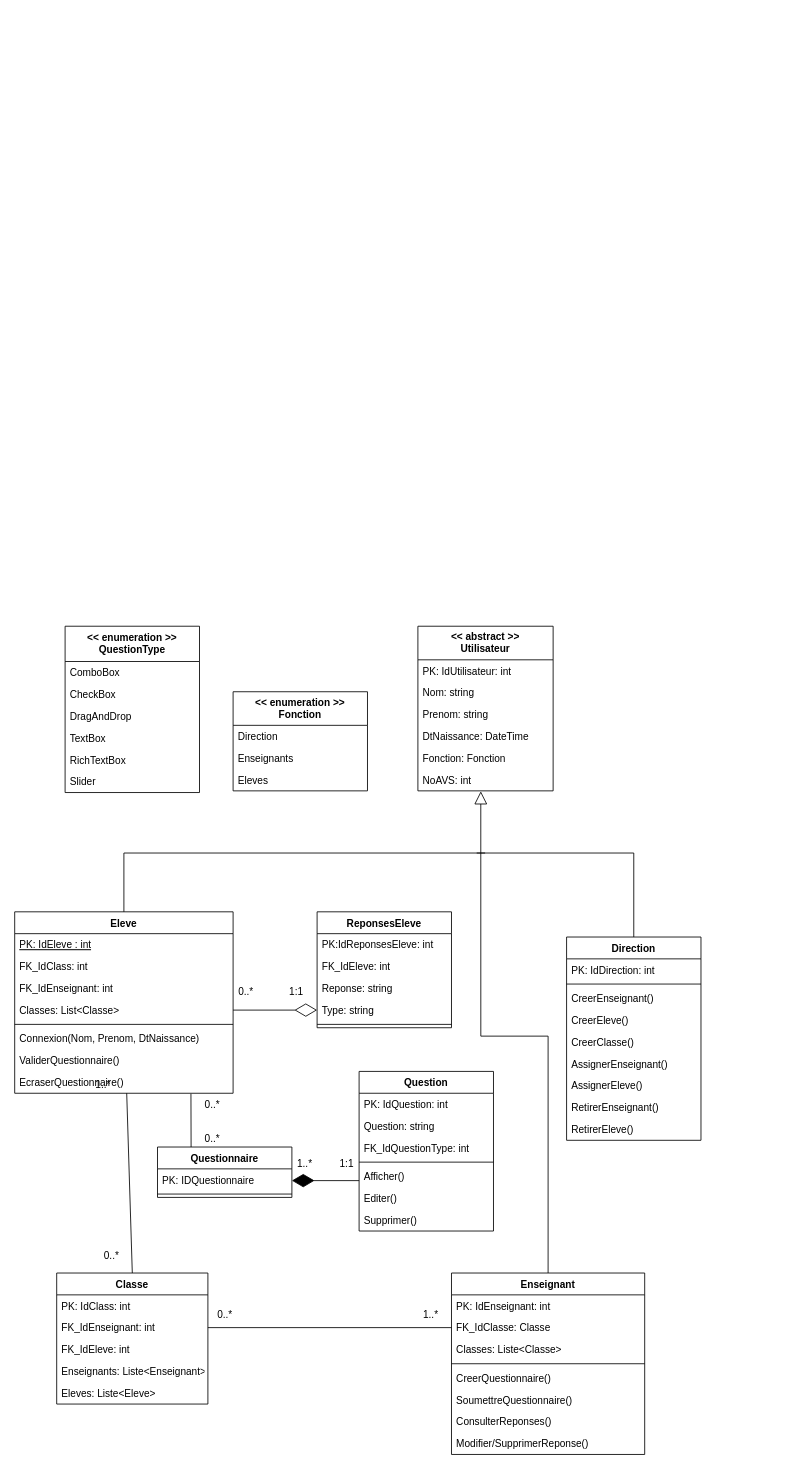
Earlier version of the draw.io diagram Diagram Objet.drawio (Devetik/Diagrammes). Source tidied: cells renumbered, new cells numbered last; positions are measured from the earlier drawing's top-left corner, leaving out a move shared by most shapes. Both pictures are drawn from the tidied source at 84%, with x=0, y=0 at pixel (14, 626).
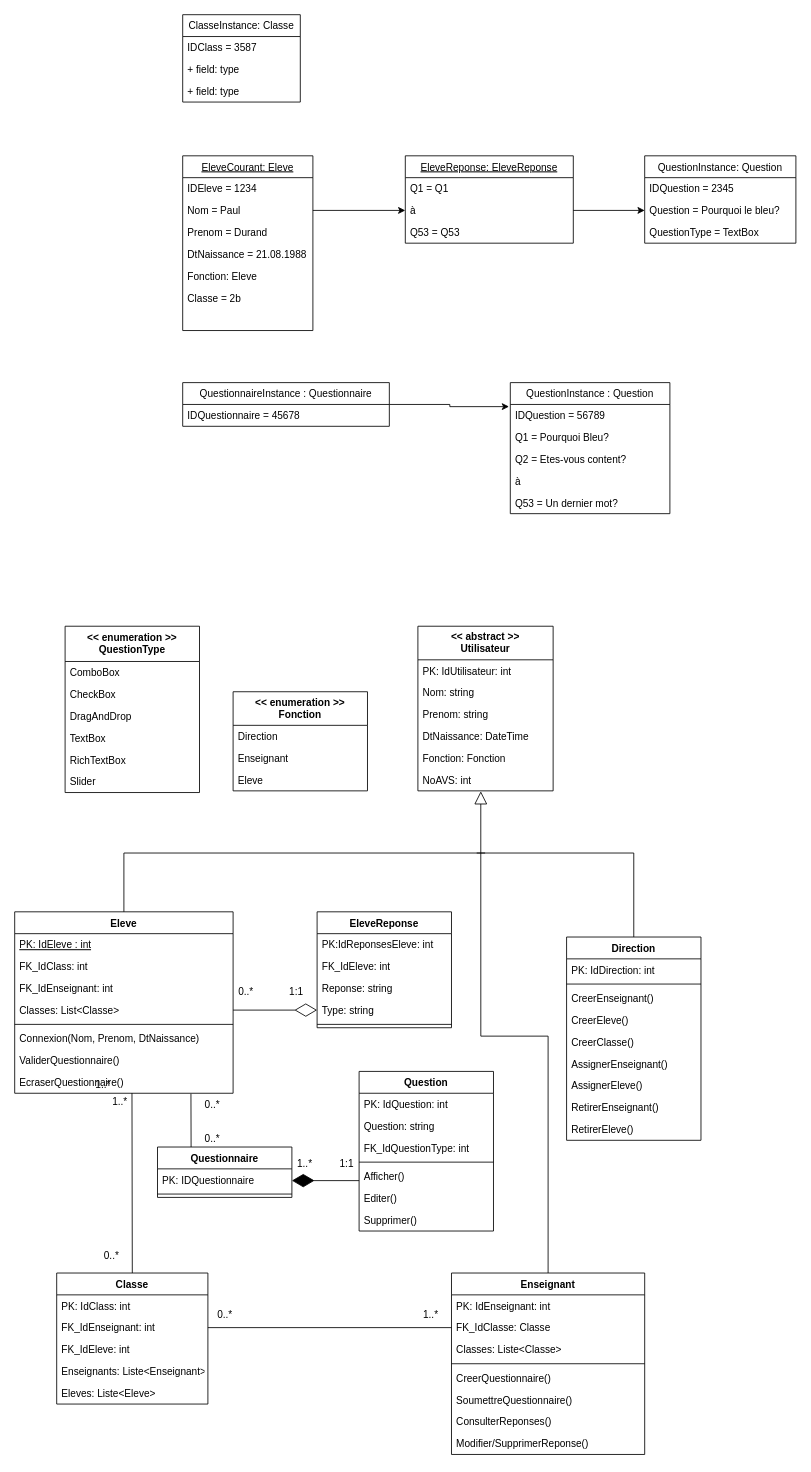
After the change.

Unchanged cells that the change refers to:
```xml
<mxCell id="3" value="Eleve" style="swimlane;fontStyle=1;align=center;verticalAlign=top;horizontal=1;startSize=26;" parent="1" vertex="1">
  <mxGeometry y="340" width="260" height="216" as="geometry" />
</mxCell>
<mxCell id="11" value="EcraserQuestionnaire()" style="text;strokeColor=none;fillColor=none;align=left;verticalAlign=top;spacingLeft=4;spacingRight=4;overflow=hidden;points=[[0,0.5],[1,0.5]];portConstraint=eastwest;" parent="3" vertex="1">
  <mxGeometry y="190" width="260" height="26" as="geometry" />
</mxCell>
<mxCell id="22" value="Classe" style="swimlane;fontStyle=1;align=center;verticalAlign=top;horizontal=1;startSize=26;" parent="1" vertex="1">
  <mxGeometry x="50" y="770" width="180" height="156" as="geometry" />
</mxCell>
<mxCell id="53" value="&lt;&lt; enumeration &gt;&gt;&#10;Fonction" style="swimlane;fontStyle=1;align=center;verticalAlign=top;horizontal=1;startSize=40;" parent="1" vertex="1">
  <mxGeometry x="260" y="78" width="160" height="118" as="geometry" />
</mxCell>
```

Change to the diagram source:
```diff
@@
-    <mxCell id="2" style="rounded=0;jettySize=auto;html=1;entryX=0.5;entryY=0;entryDx=0;entryDy=0;endArrow=none;endFill=0;" parent="1" edge="1" source="3" target="22">
+    <mxCell id="2" style="rounded=0;jettySize=auto;html=1;entryX=0.5;entryY=0;entryDx=0;entryDy=0;endArrow=none;endFill=0;exitX=0.537;exitY=0.993;exitDx=0;exitDy=0;exitPerimeter=0;" parent="1" edge="1" source="11" target="22">
       <mxGeometry relative="1" as="geometry" />
     </mxCell>
@@
-    <mxCell id="46" value="ReponsesEleve" style="swimlane;fontStyle=1;align=center;verticalAlign=top;horizontal=1;startSize=26;" parent="1" vertex="1">
+    <mxCell id="46" value="EleveReponse" style="swimlane;fontStyle=1;align=center;verticalAlign=top;horizontal=1;startSize=26;" parent="1" vertex="1">
       <mxGeometry x="360" y="340" width="160" height="138" as="geometry" />
     </mxCell>
@@
-    <mxCell id="55" value="Enseignants" style="text;strokeColor=none;fillColor=none;align=left;verticalAlign=top;spacingLeft=4;spacingRight=4;overflow=hidden;" parent="53" vertex="1">
+    <mxCell id="55" value="Enseignant" style="text;strokeColor=none;fillColor=none;align=left;verticalAlign=top;spacingLeft=4;spacingRight=4;overflow=hidden;" parent="53" vertex="1">
       <mxGeometry y="66" width="160" height="26" as="geometry" />
     </mxCell>
-    <mxCell id="56" value="Eleves" style="text;strokeColor=none;fillColor=none;align=left;verticalAlign=top;spacingLeft=4;spacingRight=4;overflow=hidden;" parent="53" vertex="1">
+    <mxCell id="56" value="Eleve" style="text;strokeColor=none;fillColor=none;align=left;verticalAlign=top;spacingLeft=4;spacingRight=4;overflow=hidden;" parent="53" vertex="1">
       <mxGeometry y="92" width="160" height="26" as="geometry" />
     </mxCell>
@@
+    <mxCell id="89" value="EleveCourant: Eleve" style="swimlane;fontStyle=4;horizontal=1;startSize=26;fillColor=none;" parent="1" vertex="1">
+      <mxGeometry x="200" y="-560" width="155" height="208" as="geometry" />
+    </mxCell>
+    <mxCell id="90" value="IDEleve = 1234" style="text;strokeColor=none;fillColor=none;align=left;verticalAlign=top;spacingLeft=4;spacingRight=4;overflow=hidden;" parent="89" vertex="1">
+      <mxGeometry y="26" width="155" height="26" as="geometry" />
+    </mxCell>
+    <mxCell id="91" value="Nom = Paul" style="text;strokeColor=none;fillColor=none;align=left;verticalAlign=top;spacingLeft=4;spacingRight=4;overflow=hidden;points=[[0,0.5],[1,0.5]];portConstraint=eastwest;" parent="89" vertex="1">
+      <mxGeometry y="52" width="155" height="26" as="geometry" />
+    </mxCell>
+    <mxCell id="92" value="Prenom = Durand" style="text;strokeColor=none;fillColor=none;align=left;verticalAlign=top;spacingLeft=4;spacingRight=4;overflow=hidden;" parent="89" vertex="1">
+      <mxGeometry y="78" width="155" height="26" as="geometry" />
+    </mxCell>
+    <mxCell id="93" value="DtNaissance = 21.08.1988" style="text;strokeColor=none;fillColor=none;align=left;verticalAlign=top;spacingLeft=4;spacingRight=4;overflow=hidden;" parent="89" vertex="1">
+      <mxGeometry y="104" width="155" height="26" as="geometry" />
+    </mxCell>
+    <mxCell id="94" value="Fonction: Eleve" style="text;strokeColor=none;fillColor=none;align=left;verticalAlign=top;spacingLeft=4;spacingRight=4;overflow=hidden;" parent="89" vertex="1">
+      <mxGeometry y="130" width="155" height="26" as="geometry" />
+    </mxCell>
+    <mxCell id="95" value="Classe = 2b" style="text;strokeColor=none;fillColor=none;align=left;verticalAlign=top;spacingLeft=4;spacingRight=4;overflow=hidden;" parent="89" vertex="1">
+      <mxGeometry y="156" width="155" height="26" as="geometry" />
+    </mxCell>
+    <mxCell id="96" style="text;strokeColor=none;fillColor=none;align=left;verticalAlign=top;spacingLeft=4;spacingRight=4;overflow=hidden;" parent="89" vertex="1">
+      <mxGeometry y="182" width="155" height="26" as="geometry" />
+    </mxCell>
+    <mxCell id="97" value="EleveReponse: EleveReponse" style="swimlane;fontStyle=4;horizontal=1;startSize=26;fillColor=none;" parent="1" vertex="1">
+      <mxGeometry x="465" y="-560" width="200" height="104" as="geometry" />
+    </mxCell>
+    <mxCell id="98" value="Q1 = Q1" style="text;strokeColor=none;fillColor=none;align=left;verticalAlign=top;spacingLeft=4;spacingRight=4;overflow=hidden;" parent="97" vertex="1">
+      <mxGeometry y="26" width="200" height="26" as="geometry" />
+    </mxCell>
+    <mxCell id="99" value="à" style="text;strokeColor=none;fillColor=none;align=left;verticalAlign=top;spacingLeft=4;spacingRight=4;overflow=hidden;points=[[0,0.5],[1,0.5]];portConstraint=eastwest;" parent="97" vertex="1">
+      <mxGeometry y="52" width="200" height="26" as="geometry" />
+    </mxCell>
+    <mxCell id="100" value="Q53 = Q53" style="text;strokeColor=none;fillColor=none;align=left;verticalAlign=top;spacingLeft=4;spacingRight=4;overflow=hidden;" parent="97" vertex="1">
+      <mxGeometry y="78" width="200" height="26" as="geometry" />
+    </mxCell>
+    <mxCell id="101" style="edgeStyle=orthogonalEdgeStyle;rounded=0;jettySize=auto;html=1;entryX=0;entryY=0.5;entryDx=0;entryDy=0;" parent="1" edge="1" source="91" target="99">
+      <mxGeometry relative="1" as="geometry" />
+    </mxCell>
+    <mxCell id="102" value="1..*" style="text;html=1;align=center;verticalAlign=middle;strokeColor=none;fillColor=none;" parent="1" vertex="1">
+      <mxGeometry x="110" y="556" width="30" height="20" as="geometry" />
+    </mxCell>
+    <mxCell id="103" value="QuestionInstance: Question" style="swimlane;fontStyle=0;horizontal=1;startSize=26;fillColor=none;" parent="1" vertex="1">
+      <mxGeometry x="750" y="-560" width="180" height="104" as="geometry" />
+    </mxCell>
+    <mxCell id="104" value="IDQuestion = 2345" style="text;strokeColor=none;fillColor=none;align=left;verticalAlign=top;spacingLeft=4;spacingRight=4;overflow=hidden;" parent="103" vertex="1">
+      <mxGeometry y="26" width="180" height="26" as="geometry" />
+    </mxCell>
+    <mxCell id="105" value="Question = Pourquoi le bleu? " style="text;strokeColor=none;fillColor=none;align=left;verticalAlign=top;spacingLeft=4;spacingRight=4;overflow=hidden;points=[[0,0.5],[1,0.5]];portConstraint=eastwest;" parent="103" vertex="1">
+      <mxGeometry y="52" width="180" height="26" as="geometry" />
+    </mxCell>
+    <mxCell id="106" value="QuestionType = TextBox" style="text;strokeColor=none;fillColor=none;align=left;verticalAlign=top;spacingLeft=4;spacingRight=4;overflow=hidden;" parent="103" vertex="1">
+      <mxGeometry y="78" width="180" height="26" as="geometry" />
+    </mxCell>
+    <mxCell id="107" style="edgeStyle=orthogonalEdgeStyle;rounded=0;jettySize=auto;html=1;entryX=0;entryY=0.5;entryDx=0;entryDy=0;" parent="1" edge="1" source="99" target="105">
+      <mxGeometry relative="1" as="geometry" />
+    </mxCell>
+    <mxCell id="108" style="edgeStyle=orthogonalEdgeStyle;rounded=0;jettySize=auto;html=1;entryX=-0.008;entryY=0.099;entryDx=0;entryDy=0;entryPerimeter=0;" parent="1" edge="1" source="109" target="112">
+      <mxGeometry relative="1" as="geometry" />
+    </mxCell>
+    <mxCell id="109" value="QuestionnaireInstance : Questionnaire" style="swimlane;fontStyle=0;horizontal=1;startSize=26;fillColor=none;" parent="1" vertex="1">
+      <mxGeometry x="200" y="-290" width="246" height="52" as="geometry" />
+    </mxCell>
+    <mxCell id="110" value="IDQuestionnaire = 45678" style="text;strokeColor=none;fillColor=none;align=left;verticalAlign=top;spacingLeft=4;spacingRight=4;overflow=hidden;" parent="109" vertex="1">
+      <mxGeometry y="26" width="246" height="26" as="geometry" />
+    </mxCell>
+    <mxCell id="111" value="QuestionInstance : Question" style="swimlane;fontStyle=0;horizontal=1;startSize=26;fillColor=none;" parent="1" vertex="1">
+      <mxGeometry x="590" y="-290" width="190" height="156" as="geometry" />
+    </mxCell>
+    <mxCell id="112" value="IDQuestion = 56789" style="text;strokeColor=none;fillColor=none;align=left;verticalAlign=top;spacingLeft=4;spacingRight=4;overflow=hidden;points=[[0,0.5],[1,0.5]];portConstraint=eastwest;" parent="111" vertex="1">
+      <mxGeometry y="26" width="190" height="26" as="geometry" />
+    </mxCell>
+    <mxCell id="113" value="Q1 = Pourquoi Bleu?" style="text;strokeColor=none;fillColor=none;align=left;verticalAlign=top;spacingLeft=4;spacingRight=4;overflow=hidden;" parent="111" vertex="1">
+      <mxGeometry y="52" width="190" height="26" as="geometry" />
+    </mxCell>
+    <mxCell id="114" value="Q2 = Etes-vous content?" style="text;strokeColor=none;fillColor=none;align=left;verticalAlign=top;spacingLeft=4;spacingRight=4;overflow=hidden;" parent="111" vertex="1">
+      <mxGeometry y="78" width="190" height="26" as="geometry" />
+    </mxCell>
+    <mxCell id="115" value="à" style="text;strokeColor=none;fillColor=none;align=left;verticalAlign=top;spacingLeft=4;spacingRight=4;overflow=hidden;" parent="111" vertex="1">
+      <mxGeometry y="104" width="190" height="26" as="geometry" />
+    </mxCell>
+    <mxCell id="116" value="Q53 = Un dernier mot?" style="text;strokeColor=none;fillColor=none;align=left;verticalAlign=top;spacingLeft=4;spacingRight=4;overflow=hidden;" parent="111" vertex="1">
+      <mxGeometry y="130" width="190" height="26" as="geometry" />
+    </mxCell>
+    <mxCell id="117" value="ClasseInstance: Classe" style="swimlane;fontStyle=0;horizontal=1;startSize=26;fillColor=none;" parent="1" vertex="1">
+      <mxGeometry x="200" y="-728" width="140" height="104" as="geometry" />
+    </mxCell>
+    <mxCell id="118" value="IDClass = 3587" style="text;strokeColor=none;fillColor=none;align=left;verticalAlign=top;spacingLeft=4;spacingRight=4;overflow=hidden;" parent="117" vertex="1">
+      <mxGeometry y="26" width="140" height="26" as="geometry" />
+    </mxCell>
+    <mxCell id="119" value="+ field: type" style="text;strokeColor=none;fillColor=none;align=left;verticalAlign=top;spacingLeft=4;spacingRight=4;overflow=hidden;" parent="117" vertex="1">
+      <mxGeometry y="52" width="140" height="26" as="geometry" />
+    </mxCell>
+    <mxCell id="120" value="+ field: type" style="text;strokeColor=none;fillColor=none;align=left;verticalAlign=top;spacingLeft=4;spacingRight=4;overflow=hidden;" parent="117" vertex="1">
+      <mxGeometry y="78" width="140" height="26" as="geometry" />
+    </mxCell>
```
